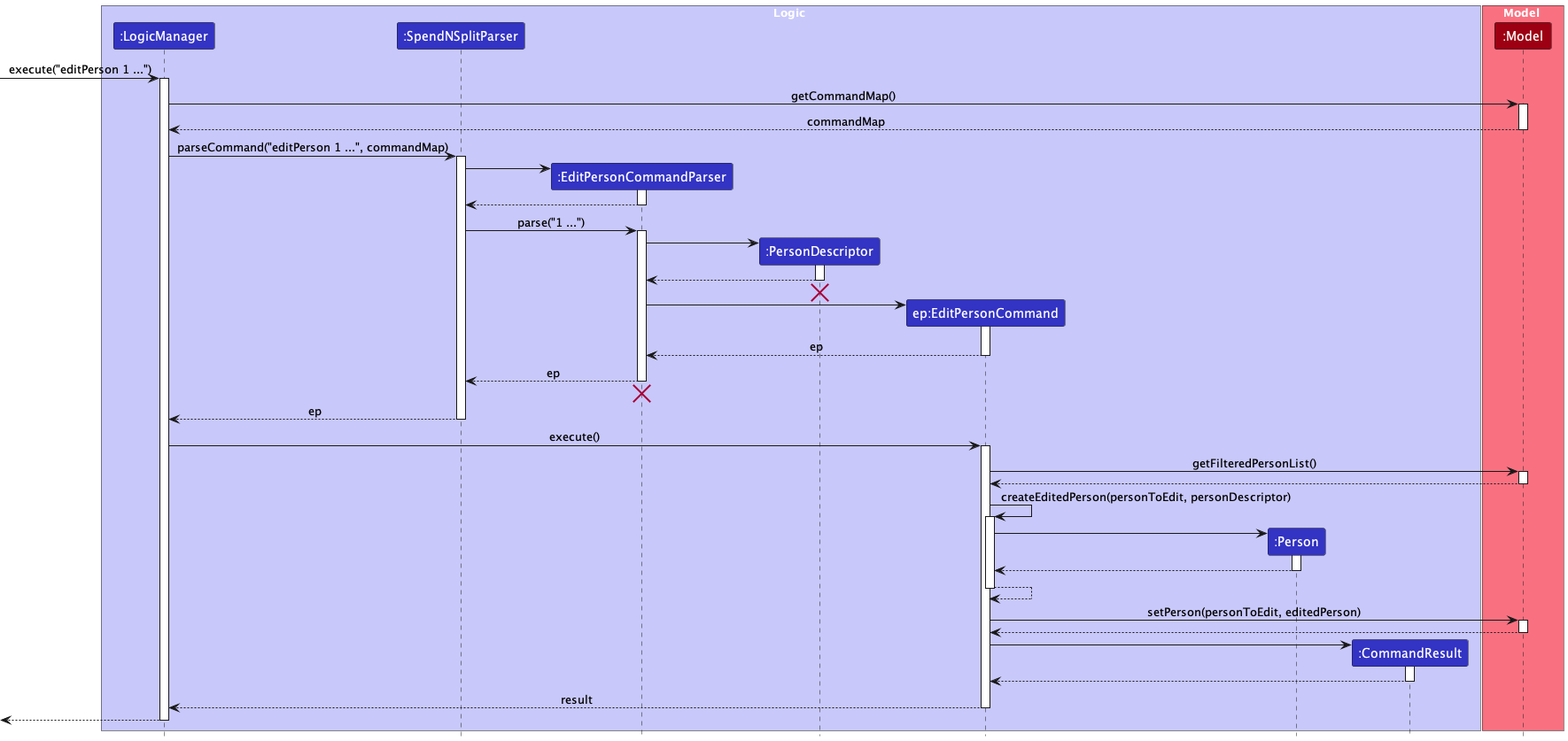
Above: docs/images/EditPersonSequenceDiagram.png in wui-hong/tp (PlantUML), before the change. The source it was exported from:
```plantuml
@startuml
!include style.puml
skinparam ArrowFontStyle plain

box Logic LOGIC_COLOR_T1
participant ":LogicManager" as LogicManager LOGIC_COLOR
participant ":SpendNSplitParser" as SpendNSplitParser LOGIC_COLOR
participant ":EditPersonCommandParser" as EditPersonCommandParser LOGIC_COLOR
participant ":PersonDescriptor" as PersonDescriptor LOGIC_COLOR
participant "ep:EditPersonCommand" as EditPersonCommand LOGIC_COLOR
participant ":Person" as Person LOGIC_COLOR
participant ":CommandResult" as CommandResult LOGIC_COLOR
end box

box Model MODEL_COLOR_T1
participant ":Model" as Model MODEL_COLOR
end box

[-> LogicManager : execute("editPerson 1 ...")
activate LogicManager

LogicManager -> Model : getCommandMap()
activate Model
Model --> LogicManager : commandMap
deactivate Model

LogicManager -> SpendNSplitParser : parseCommand("editPerson 1 ...", commandMap)
activate SpendNSplitParser

create EditPersonCommandParser
SpendNSplitParser -> EditPersonCommandParser
activate EditPersonCommandParser

EditPersonCommandParser --> SpendNSplitParser
deactivate EditPersonCommandParser

SpendNSplitParser -> EditPersonCommandParser : parse("1 ...")
activate EditPersonCommandParser

create PersonDescriptor
EditPersonCommandParser -> PersonDescriptor
activate PersonDescriptor

PersonDescriptor --> EditPersonCommandParser
deactivate PersonDescriptor
PersonDescriptor -[hidden]-> EditPersonCommandParser
destroy PersonDescriptor

create EditPersonCommand
EditPersonCommandParser -> EditPersonCommand
activate EditPersonCommand

EditPersonCommand --> EditPersonCommandParser : ep
deactivate EditPersonCommand

EditPersonCommandParser --> SpendNSplitParser : ep
deactivate EditPersonCommandParser
EditPersonCommandParser -[hidden]-> SpendNSplitParser
destroy EditPersonCommandParser

SpendNSplitParser --> LogicManager : ep
deactivate SpendNSplitParser

LogicManager -> EditPersonCommand : execute()
activate EditPersonCommand

EditPersonCommand -> Model : getFilteredPersonList()
activate Model

Model --> EditPersonCommand
deactivate Model

EditPersonCommand -> EditPersonCommand : createEditedPerson(personToEdit, personDescriptor)
activate EditPersonCommand

create Person
EditPersonCommand -> Person
activate Person

Person --> EditPersonCommand
deactivate Person

EditPersonCommand --> EditPersonCommand
deactivate EditPersonCommand

EditPersonCommand -> Model : setPerson(personToEdit, editedPerson)
activate Model

Model --> EditPersonCommand
deactivate Model

create CommandResult
EditPersonCommand -> CommandResult
activate CommandResult

CommandResult --> EditPersonCommand
deactivate CommandResult

EditPersonCommand --> LogicManager : result
deactivate EditPersonCommand

[<--LogicManager
deactivate LogicManager
@enduml
```
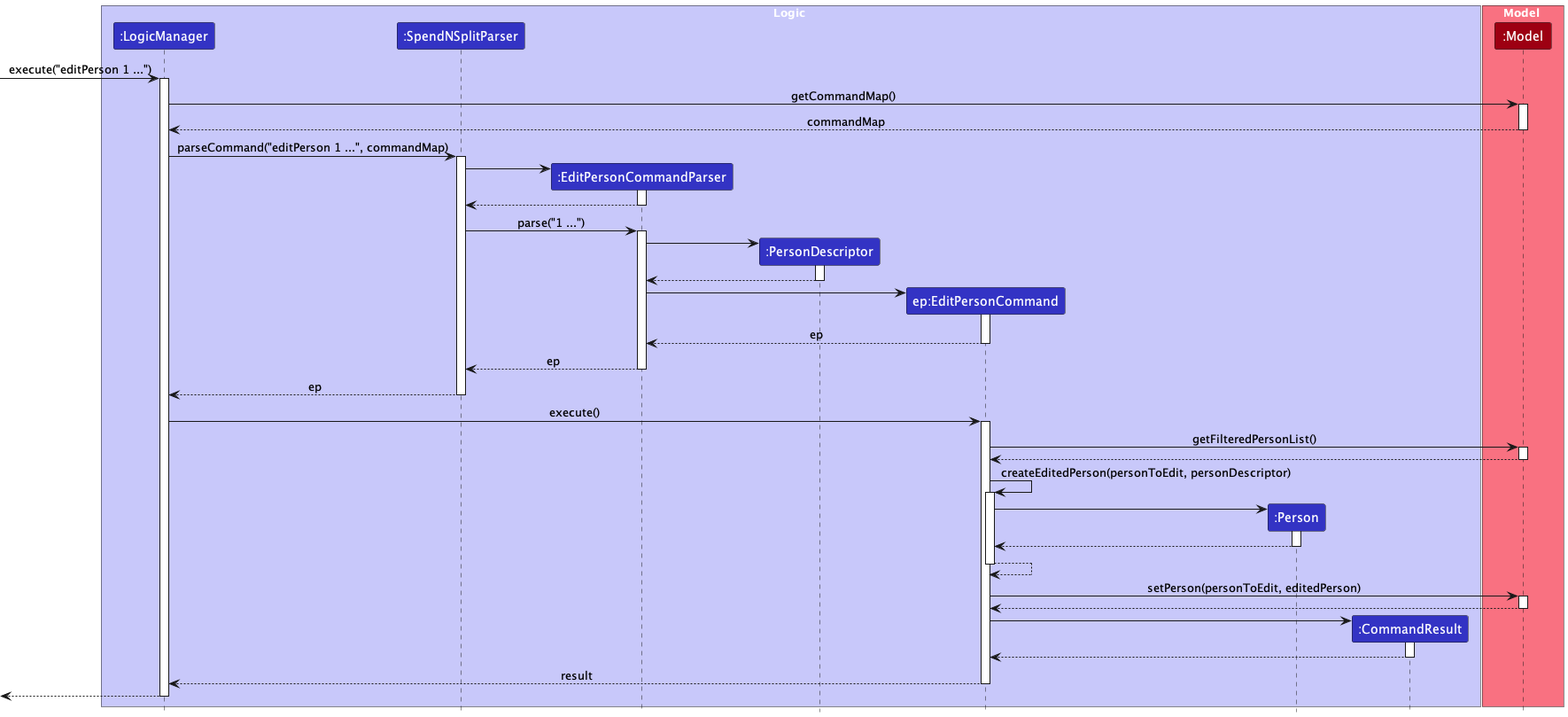
After the commit.

Commit message:
Remove object deletion notation in person-related sequence diagrams

Change to the diagram source:
```diff
@@ -43,8 +43,6 @@
 
 PersonDescriptor --> EditPersonCommandParser
 deactivate PersonDescriptor
-PersonDescriptor -[hidden]-> EditPersonCommandParser
-destroy PersonDescriptor
 
 create EditPersonCommand
 EditPersonCommandParser -> EditPersonCommand
@@ -55,8 +53,6 @@
 
 EditPersonCommandParser --> SpendNSplitParser : ep
 deactivate EditPersonCommandParser
-EditPersonCommandParser -[hidden]-> SpendNSplitParser
-destroy EditPersonCommandParser
 
 SpendNSplitParser --> LogicManager : ep
 deactivate SpendNSplitParser
```
